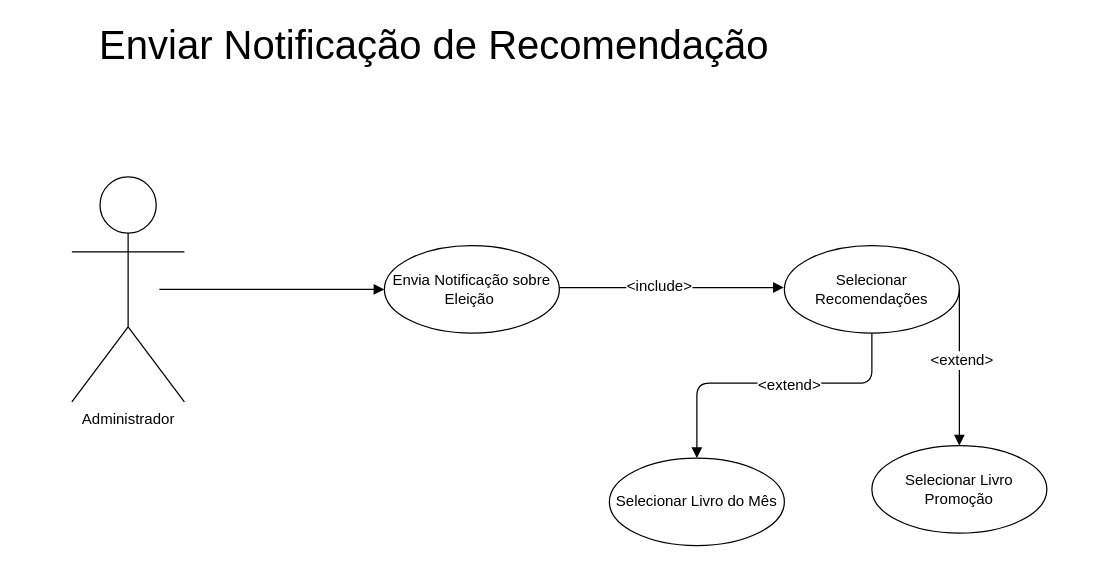
Before: resources/Casos de Uso/Notificacao_Redomendacao.drawio in EdwinOliveira/Engenharia-de-Software---Projecto-2019, a draw.io diagram. Source tidied: cells renumbered, new cells numbered last; positions are measured from the earlier drawing's top-left corner, leaving out a move shared by most shapes. Both pictures are drawn from the tidied source at 125%, with x=0, y=0 at pixel (21, 32).
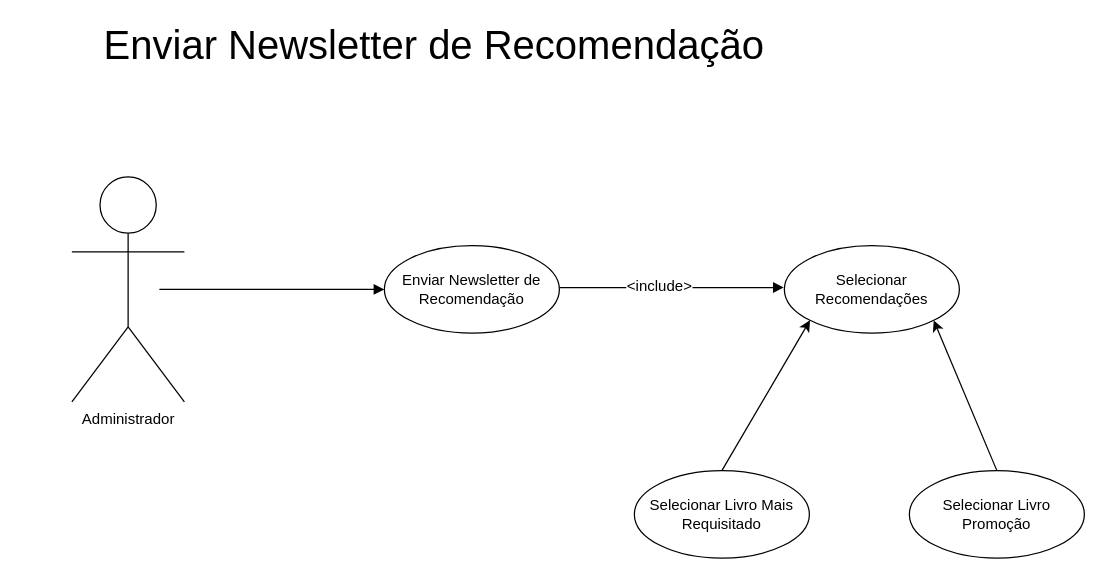
The same diagram, later.

Commit message (it also covers changes not shown here):
Update Use Cases

The change refers to these unchanged cells:
```xml
<mxCell id="4" value="Selecionar Recomendações" style="ellipse;whiteSpace=wrap;html=1;" parent="1" vertex="1">
  <mxGeometry x="610" y="170" width="140" height="70" as="geometry" />
</mxCell>
```

Diff of the diagram source:
```diff
@@
-    <mxCell id="2" value="&lt;font style=&quot;font-size: 32px&quot;&gt;Enviar Notificação de Recomendação&lt;/font&gt;" style="text;html=1;strokeColor=none;fillColor=none;align=center;verticalAlign=middle;whiteSpace=wrap;rounded=0;" parent="1" vertex="1">
+    <mxCell id="2" value="&lt;font style=&quot;font-size: 32px&quot;&gt;Enviar Newsletter de Recomendação&lt;/font&gt;" style="text;html=1;strokeColor=none;fillColor=none;align=center;verticalAlign=middle;whiteSpace=wrap;rounded=0;" parent="1" vertex="1">
       <mxGeometry width="660" height="20" as="geometry" />
     </mxCell>
@@
-    <mxCell id="8" value="Envia Notificação sobre Eleição&amp;nbsp;" style="ellipse;whiteSpace=wrap;html=1;" parent="1" vertex="1">
+    <mxCell id="8" value="Enviar Newsletter de Recomendação" style="ellipse;whiteSpace=wrap;html=1;" parent="1" vertex="1">
       <mxGeometry x="290" y="170" width="140" height="70" as="geometry" />
     </mxCell>
-    <mxCell id="9" style="endArrow=block;endFill=1;html=1;edgeStyle=orthogonalEdgeStyle;align=left;verticalAlign=top;exitX=0.5;exitY=1;exitDx=0;exitDy=0;" parent="1" edge="1" source="4">
-      <mxGeometry x="-1" relative="1" as="geometry">
-        <mxPoint x="540" y="340" as="targetPoint" />
-        <Array as="points">
-          <mxPoint x="680" y="280" />
-        </Array>
-      </mxGeometry>
-    </mxCell>
-    <mxCell id="10" value="&amp;lt;extend&amp;gt;" style="text;html=1;align=center;verticalAlign=middle;labelBackgroundColor=#ffffff;" parent="9" vertex="1">
-      <mxGeometry x="-0.11" y="1" relative="1" as="geometry" />
-    </mxCell>
-    <mxCell id="11" value="Selecionar Livro do Mês" style="ellipse;whiteSpace=wrap;html=1;" parent="1" vertex="1">
-      <mxGeometry x="470" y="340" width="140" height="70" as="geometry" />
+    <mxCell id="11" value="Selecionar Livro Mais Requisitado" style="ellipse;whiteSpace=wrap;html=1;" parent="1" vertex="1">
+      <mxGeometry x="490" y="350" width="140" height="70" as="geometry" />
     </mxCell>
-    <mxCell id="12" style="endArrow=block;endFill=1;html=1;edgeStyle=orthogonalEdgeStyle;align=left;verticalAlign=top;exitX=1;exitY=0.5;exitDx=0;exitDy=0;" parent="1" edge="1" source="4">
-      <mxGeometry x="-1" relative="1" as="geometry">
-        <mxPoint x="750" y="330" as="targetPoint" />
-        <Array as="points">
-          <mxPoint x="750" y="250" />
-          <mxPoint x="750" y="250" />
-        </Array>
-      </mxGeometry>
-    </mxCell>
-    <mxCell id="13" value="&amp;lt;extend&amp;gt;" style="text;html=1;align=center;verticalAlign=middle;labelBackgroundColor=#ffffff;" parent="12" vertex="1">
-      <mxGeometry x="-0.11" y="1" relative="1" as="geometry" />
-    </mxCell>
     <mxCell id="14" value="Selecionar Livro Promoção" style="ellipse;whiteSpace=wrap;html=1;" parent="1" vertex="1">
-      <mxGeometry x="680" y="330" width="140" height="70" as="geometry" />
+      <mxGeometry x="710" y="350" width="140" height="70" as="geometry" />
     </mxCell>
+    <mxCell id="15" style="endArrow=classic;html=1;entryX=0;entryY=1;entryDx=0;entryDy=0;exitX=0.5;exitY=0;exitDx=0;exitDy=0;" parent="1" edge="1" source="11" target="4">
+      <mxGeometry relative="1" as="geometry" />
+    </mxCell>
+    <mxCell id="16" style="endArrow=classic;html=1;entryX=1;entryY=1;entryDx=0;entryDy=0;exitX=0.5;exitY=0;exitDx=0;exitDy=0;" parent="1" edge="1" source="14" target="4">
+      <mxGeometry relative="1" as="geometry" />
+    </mxCell>
```
